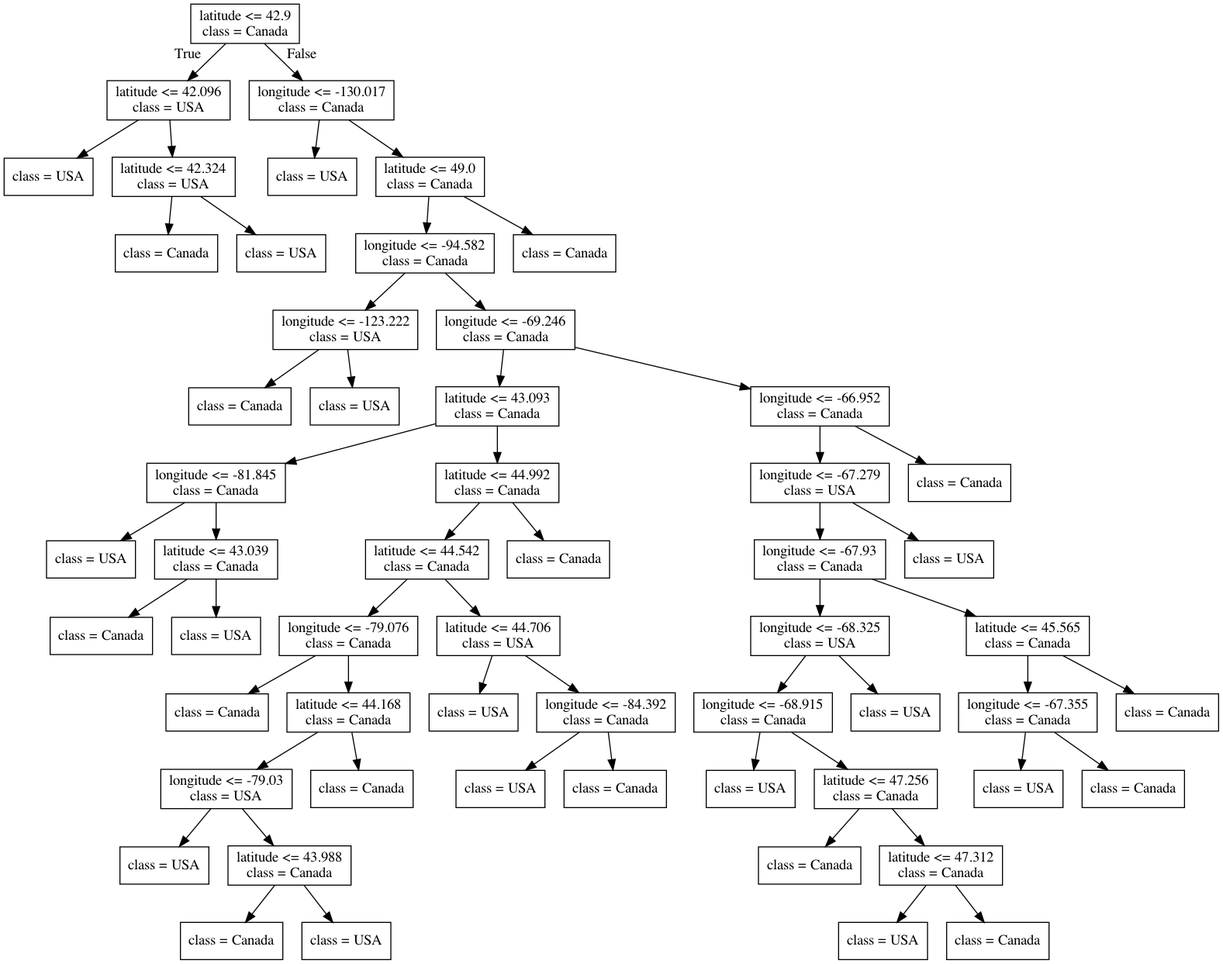
Above: lectures/Source.gv.png in bait509-ubc/BAIT509 (Graphviz), before the change. Its source is kept beside it as lectures/Source.gv.
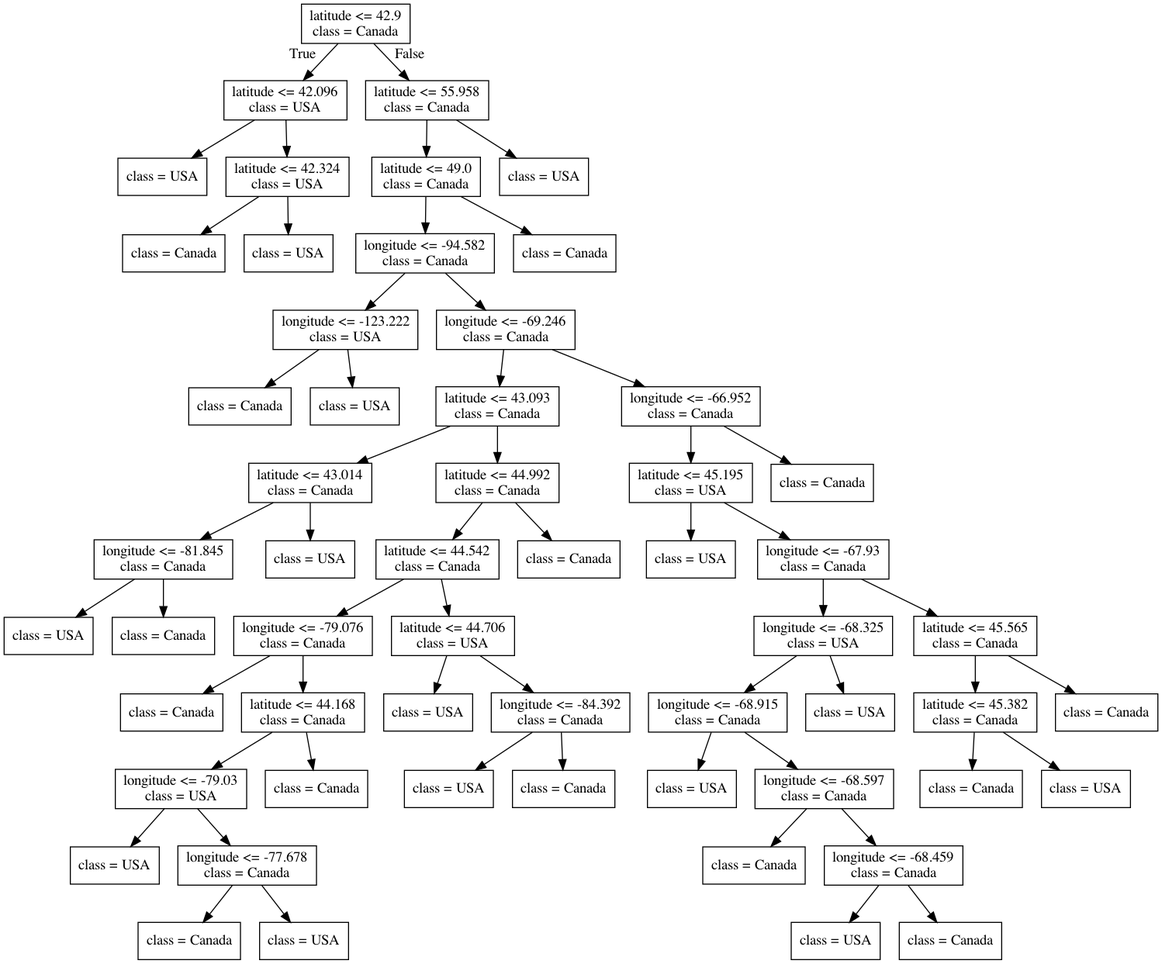
After the commit.

Diff of the diagram source:
```diff
@@ -11,85 +11,85 @@
 3 -> 4 ;
 5 [label="class = USA"] ;
 3 -> 5 ;
-6 [label="longitude <= -130.017\nclass = Canada"] ;
+6 [label="latitude <= 55.958\nclass = Canada"] ;
 0 -> 6 [labeldistance=2.5, labelangle=-45, headlabel="False"] ;
-7 [label="class = USA"] ;
+7 [label="latitude <= 49.0\nclass = Canada"] ;
 6 -> 7 ;
-8 [label="latitude <= 49.0\nclass = Canada"] ;
-6 -> 8 ;
-9 [label="longitude <= -94.582\nclass = Canada"] ;
+8 [label="longitude <= -94.582\nclass = Canada"] ;
+7 -> 8 ;
+9 [label="longitude <= -123.222\nclass = USA"] ;
 8 -> 9 ;
-10 [label="longitude <= -123.222\nclass = USA"] ;
+10 [label="class = Canada"] ;
 9 -> 10 ;
-11 [label="class = Canada"] ;
-10 -> 11 ;
-12 [label="class = USA"] ;
-10 -> 12 ;
-13 [label="longitude <= -69.246\nclass = Canada"] ;
-9 -> 13 ;
-14 [label="latitude <= 43.093\nclass = Canada"] ;
+11 [label="class = USA"] ;
+9 -> 11 ;
+12 [label="longitude <= -69.246\nclass = Canada"] ;
+8 -> 12 ;
+13 [label="latitude <= 43.093\nclass = Canada"] ;
+12 -> 13 ;
+14 [label="latitude <= 43.014\nclass = Canada"] ;
 13 -> 14 ;
 15 [label="longitude <= -81.845\nclass = Canada"] ;
 14 -> 15 ;
 16 [label="class = USA"] ;
 15 -> 16 ;
-17 [label="latitude <= 43.039\nclass = Canada"] ;
+17 [label="class = Canada"] ;
 15 -> 17 ;
-18 [label="class = Canada"] ;
-17 -> 18 ;
-19 [label="class = USA"] ;
-17 -> 19 ;
-20 [label="latitude <= 44.992\nclass = Canada"] ;
-14 -> 20 ;
-21 [label="latitude <= 44.542\nclass = Canada"] ;
+18 [label="class = USA"] ;
+14 -> 18 ;
+19 [label="latitude <= 44.992\nclass = Canada"] ;
+13 -> 19 ;
+20 [label="latitude <= 44.542\nclass = Canada"] ;
+19 -> 20 ;
+21 [label="longitude <= -79.076\nclass = Canada"] ;
 20 -> 21 ;
-22 [label="longitude <= -79.076\nclass = Canada"] ;
+22 [label="class = Canada"] ;
 21 -> 22 ;
-23 [label="class = Canada"] ;
-22 -> 23 ;
-24 [label="latitude <= 44.168\nclass = Canada"] ;
-22 -> 24 ;
-25 [label="longitude <= -79.03\nclass = USA"] ;
+23 [label="latitude <= 44.168\nclass = Canada"] ;
+21 -> 23 ;
+24 [label="longitude <= -79.03\nclass = USA"] ;
+23 -> 24 ;
+25 [label="class = USA"] ;
 24 -> 25 ;
-26 [label="class = USA"] ;
-25 -> 26 ;
-27 [label="latitude <= 43.988\nclass = Canada"] ;
-25 -> 27 ;
-28 [label="class = Canada"] ;
-27 -> 28 ;
-29 [label="class = USA"] ;
-27 -> 29 ;
-30 [label="class = Canada"] ;
-24 -> 30 ;
-31 [label="latitude <= 44.706\nclass = USA"] ;
-21 -> 31 ;
-32 [label="class = USA"] ;
-31 -> 32 ;
-33 [label="longitude <= -84.392\nclass = Canada"] ;
-31 -> 33 ;
-34 [label="class = USA"] ;
-33 -> 34 ;
+26 [label="longitude <= -77.678\nclass = Canada"] ;
+24 -> 26 ;
+27 [label="class = Canada"] ;
+26 -> 27 ;
+28 [label="class = USA"] ;
+26 -> 28 ;
+29 [label="class = Canada"] ;
+23 -> 29 ;
+30 [label="latitude <= 44.706\nclass = USA"] ;
+20 -> 30 ;
+31 [label="class = USA"] ;
+30 -> 31 ;
+32 [label="longitude <= -84.392\nclass = Canada"] ;
+30 -> 32 ;
+33 [label="class = USA"] ;
+32 -> 33 ;
+34 [label="class = Canada"] ;
+32 -> 34 ;
 35 [label="class = Canada"] ;
-33 -> 35 ;
-36 [label="class = Canada"] ;
-20 -> 36 ;
-37 [label="longitude <= -66.952\nclass = Canada"] ;
-13 -> 37 ;
-38 [label="longitude <= -67.279\nclass = USA"] ;
+19 -> 35 ;
+36 [label="longitude <= -66.952\nclass = Canada"] ;
+12 -> 36 ;
+37 [label="latitude <= 45.195\nclass = USA"] ;
+36 -> 37 ;
+38 [label="class = USA"] ;
 37 -> 38 ;
 39 [label="longitude <= -67.93\nclass = Canada"] ;
-38 -> 39 ;
+37 -> 39 ;
 40 [label="longitude <= -68.325\nclass = USA"] ;
 39 -> 40 ;
 41 [label="longitude <= -68.915\nclass = Canada"] ;
 40 -> 41 ;
 42 [label="class = USA"] ;
 41 -> 42 ;
-43 [label="latitude <= 47.256\nclass = Canada"] ;
+43 [label="longitude <= -68.597\nclass = Canada"] ;
 41 -> 43 ;
 44 [label="class = Canada"] ;
 43 -> 44 ;
-45 [label="latitude <= 47.312\nclass = Canada"] ;
+45 [label="longitude <= -68.459\nclass = Canada"] ;
 43 -> 45 ;
 46 [label="class = USA"] ;
 45 -> 46 ;
@@ -99,18 +99,18 @@
 40 -> 48 ;
 49 [label="latitude <= 45.565\nclass = Canada"] ;
 39 -> 49 ;
-50 [label="longitude <= -67.355\nclass = Canada"] ;
+50 [label="latitude <= 45.382\nclass = Canada"] ;
 49 -> 50 ;
-51 [label="class = USA"] ;
+51 [label="class = Canada"] ;
 50 -> 51 ;
-52 [label="class = Canada"] ;
+52 [label="class = USA"] ;
 50 -> 52 ;
 53 [label="class = Canada"] ;
 49 -> 53 ;
-54 [label="class = USA"] ;
-38 -> 54 ;
+54 [label="class = Canada"] ;
+36 -> 54 ;
 55 [label="class = Canada"] ;
-37 -> 55 ;
-56 [label="class = Canada"] ;
-8 -> 56 ;
+7 -> 55 ;
+56 [label="class = USA"] ;
+6 -> 56 ;
 }
```
